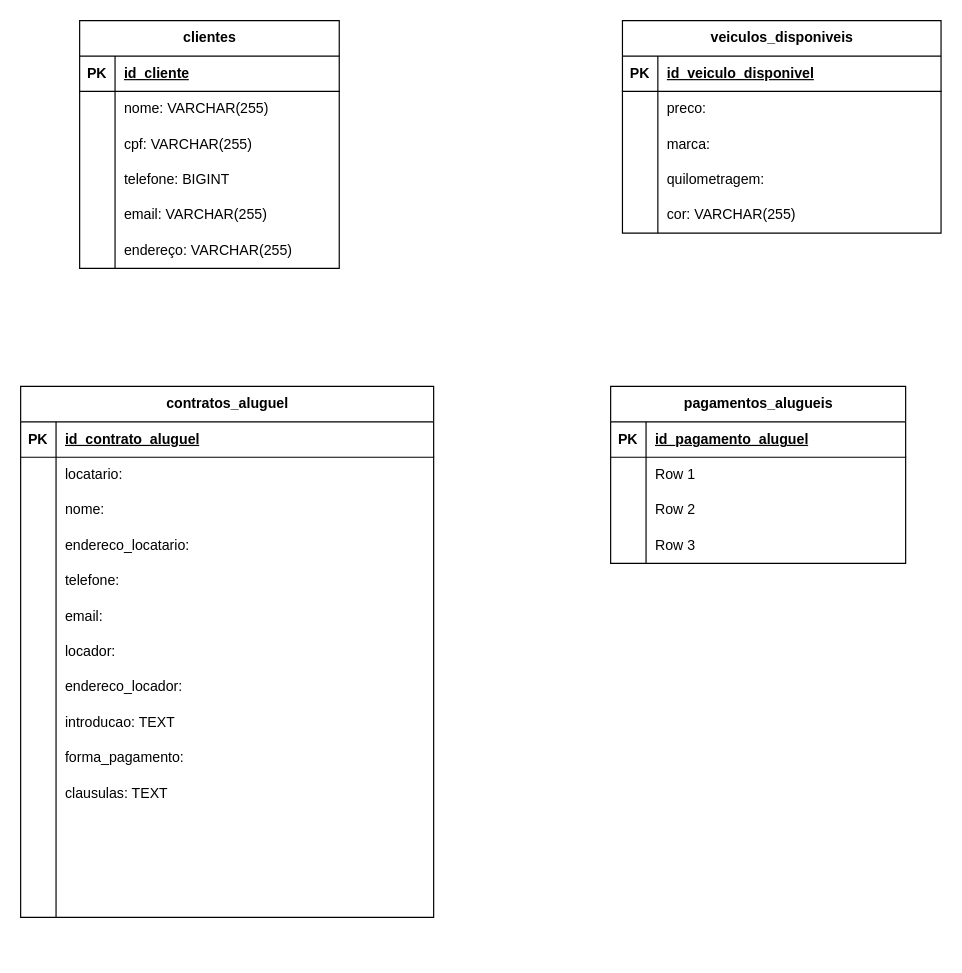
RenanSMA/3-Semestre keeps this draw.io diagram as Atividade Prática - Sistema de Locadora de Veículos.drawio. Above is the earlier version. Source tidied: cells renumbered, new cells numbered last; positions are measured from the earlier drawing's top-left corner, leaving out a move shared by most shapes. Both pictures are drawn from the tidied source at 118%, with x=0, y=0 at pixel (20, 20).
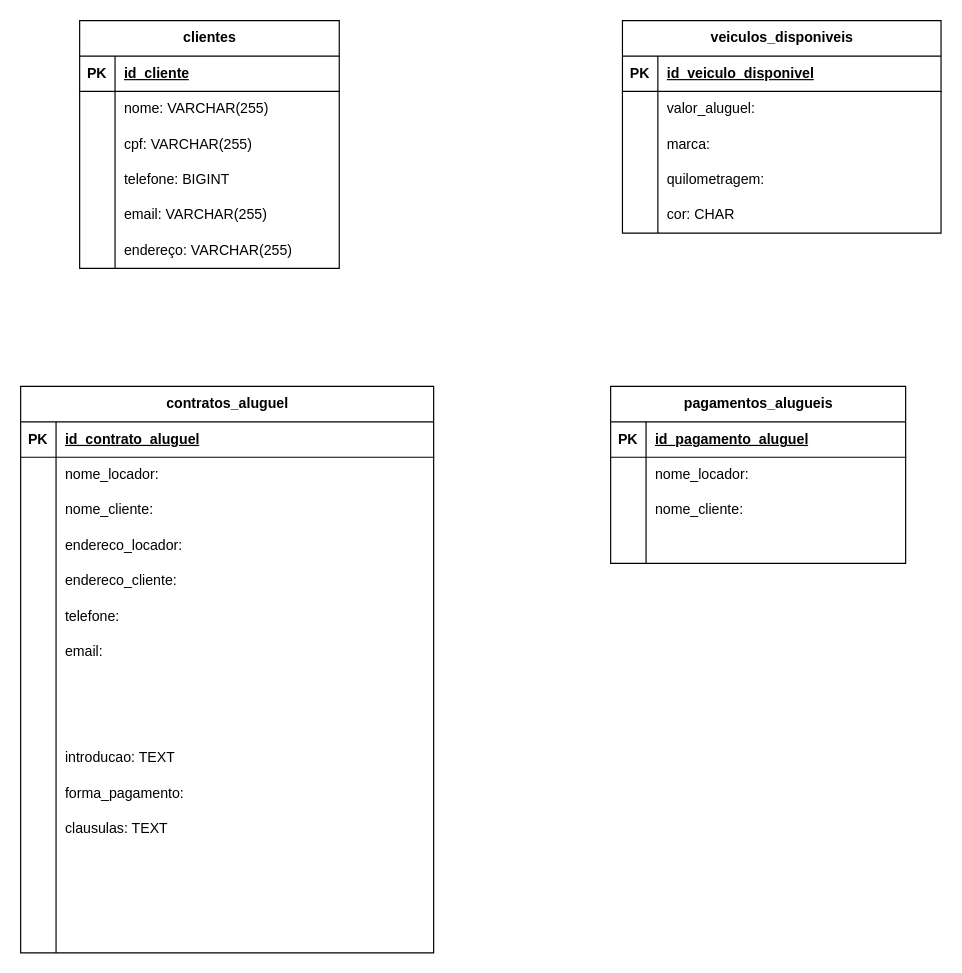
Above is the later version.

Unchanged cells that the change refers to:
```xml
<mxCell id="25" style="shape=tableRow;horizontal=0;startSize=0;swimlaneHead=0;swimlaneBody=0;fillColor=none;top=0;left=0;right=0;bottom=0;" parent="21" vertex="1">
  <mxGeometry y="60" width="270" height="30" as="geometry" />
</mxCell>
<mxCell id="34" style="shape=tableRow;horizontal=0;startSize=0;swimlaneHead=0;swimlaneBody=0;fillColor=none;top=0;left=0;right=0;bottom=0;" parent="21" vertex="1">
  <mxGeometry y="150" width="270" height="30" as="geometry" />
</mxCell>
<mxCell id="41" style="shape=tableRow;horizontal=0;startSize=0;swimlaneHead=0;swimlaneBody=0;fillColor=none;top=0;left=0;right=0;bottom=0;" parent="37" vertex="1">
  <mxGeometry y="60" width="350" height="30" as="geometry" />
</mxCell>
<mxCell id="44" style="shape=tableRow;horizontal=0;startSize=0;swimlaneHead=0;swimlaneBody=0;fillColor=none;top=0;left=0;right=0;bottom=0;" parent="37" vertex="1">
  <mxGeometry y="90" width="350" height="30" as="geometry" />
</mxCell>
<mxCell id="84" style="shape=tableRow;horizontal=0;startSize=0;swimlaneHead=0;swimlaneBody=0;fillColor=none;top=0;left=0;right=0;bottom=0;" parent="80" vertex="1">
  <mxGeometry y="60" width="250" height="30" as="geometry" />
</mxCell>
<mxCell id="87" style="shape=tableRow;horizontal=0;startSize=0;swimlaneHead=0;swimlaneBody=0;fillColor=none;top=0;left=0;right=0;bottom=0;" parent="80" vertex="1">
  <mxGeometry y="90" width="250" height="30" as="geometry" />
</mxCell>
<mxCell id="90" style="shape=tableRow;horizontal=0;startSize=0;swimlaneHead=0;swimlaneBody=0;fillColor=none;top=0;left=0;right=0;bottom=0;" parent="80" vertex="1">
  <mxGeometry y="120" width="250" height="30" as="geometry" />
</mxCell>
```

What changed in the source:
```diff
@@
-    <mxCell id="27" value="preco:" style="shape=partialRectangle;fillColor=none;top=0;left=0;bottom=0;right=0;align=left;spacingLeft=6;overflow=hidden;whiteSpace=wrap;html=1;" parent="25" vertex="1">
+    <mxCell id="27" value="valor_aluguel:" style="shape=partialRectangle;fillColor=none;top=0;left=0;bottom=0;right=0;align=left;spacingLeft=6;overflow=hidden;whiteSpace=wrap;html=1;" parent="25" vertex="1">
       <mxGeometry x="30" width="240" height="30" as="geometry" />
     </mxCell>
@@
-    <mxCell id="36" value="cor: VARCHAR(255) " style="shape=partialRectangle;fillColor=none;top=0;left=0;bottom=0;right=0;align=left;spacingLeft=6;overflow=hidden;whiteSpace=wrap;html=1;" parent="34" vertex="1">
+    <mxCell id="36" value="cor: CHAR " style="shape=partialRectangle;fillColor=none;top=0;left=0;bottom=0;right=0;align=left;spacingLeft=6;overflow=hidden;whiteSpace=wrap;html=1;" parent="34" vertex="1">
       <mxGeometry x="30" width="240" height="30" as="geometry" />
     </mxCell>
     <mxCell id="37" value="contratos_aluguel" style="shape=table;startSize=30;childLayout=tableLayout;rowLines=0;fontStyle=1;align=center;html=1;" parent="1" vertex="1">
-      <mxGeometry y="310" width="350" height="450" as="geometry" />
+      <mxGeometry y="310" width="350" height="480" as="geometry" />
     </mxCell>
@@
-    <mxCell id="43" value="locatario:" style="shape=partialRectangle;fillColor=none;top=0;left=0;bottom=0;right=0;align=left;spacingLeft=6;overflow=hidden;whiteSpace=wrap;html=1;" parent="41" vertex="1">
+    <mxCell id="43" value="nome_locador:" style="shape=partialRectangle;fillColor=none;top=0;left=0;bottom=0;right=0;align=left;spacingLeft=6;overflow=hidden;whiteSpace=wrap;html=1;" parent="41" vertex="1">
       <mxGeometry x="30" width="320" height="30" as="geometry" />
     </mxCell>
@@
-    <mxCell id="46" value="nome:" style="shape=partialRectangle;fillColor=none;top=0;left=0;bottom=0;right=0;align=left;spacingLeft=6;overflow=hidden;whiteSpace=wrap;html=1;" parent="44" vertex="1">
+    <mxCell id="46" value="nome_cliente:" style="shape=partialRectangle;fillColor=none;top=0;left=0;bottom=0;right=0;align=left;spacingLeft=6;overflow=hidden;whiteSpace=wrap;html=1;" parent="44" vertex="1">
       <mxGeometry x="30" width="320" height="30" as="geometry" />
     </mxCell>
+    <mxCell id="71" style="shape=tableRow;horizontal=0;startSize=0;swimlaneHead=0;swimlaneBody=0;fillColor=none;top=0;left=0;right=0;bottom=0;" parent="37" vertex="1">
+      <mxGeometry y="120" width="350" height="30" as="geometry" />
+    </mxCell>
+    <mxCell id="72" style="shape=partialRectangle;fillColor=none;top=0;left=0;bottom=0;right=0;overflow=hidden;whiteSpace=wrap;html=1;" parent="71" vertex="1">
+      <mxGeometry width="30" height="30" as="geometry" />
+    </mxCell>
+    <mxCell id="73" value="endereco_locador:" style="shape=partialRectangle;fillColor=none;top=0;left=0;bottom=0;right=0;align=left;spacingLeft=6;overflow=hidden;whiteSpace=wrap;html=1;" parent="71" vertex="1">
+      <mxGeometry x="30" width="320" height="30" as="geometry" />
+    </mxCell>
     <mxCell id="47" style="shape=tableRow;horizontal=0;startSize=0;swimlaneHead=0;swimlaneBody=0;fillColor=none;top=0;left=0;right=0;bottom=0;" parent="37" vertex="1">
-      <mxGeometry y="120" width="350" height="30" as="geometry" />
+      <mxGeometry y="150" width="350" height="30" as="geometry" />
     </mxCell>
@@
-    <mxCell id="49" value="endereco_locatario:" style="shape=partialRectangle;fillColor=none;top=0;left=0;bottom=0;right=0;align=left;spacingLeft=6;overflow=hidden;whiteSpace=wrap;html=1;" parent="47" vertex="1">
+    <mxCell id="49" value="endereco_cliente:" style="shape=partialRectangle;fillColor=none;top=0;left=0;bottom=0;right=0;align=left;spacingLeft=6;overflow=hidden;whiteSpace=wrap;html=1;" parent="47" vertex="1">
       <mxGeometry x="30" width="320" height="30" as="geometry" />
     </mxCell>
     <mxCell id="50" style="shape=tableRow;horizontal=0;startSize=0;swimlaneHead=0;swimlaneBody=0;fillColor=none;top=0;left=0;right=0;bottom=0;" parent="37" vertex="1">
-      <mxGeometry y="150" width="350" height="30" as="geometry" />
+      <mxGeometry y="180" width="350" height="30" as="geometry" />
     </mxCell>
@@
     <mxCell id="53" style="shape=tableRow;horizontal=0;startSize=0;swimlaneHead=0;swimlaneBody=0;fillColor=none;top=0;left=0;right=0;bottom=0;" parent="37" vertex="1">
-      <mxGeometry y="180" width="350" height="30" as="geometry" />
+      <mxGeometry y="210" width="350" height="30" as="geometry" />
     </mxCell>
@@
     <mxCell id="56" style="shape=tableRow;horizontal=0;startSize=0;swimlaneHead=0;swimlaneBody=0;fillColor=none;top=0;left=0;right=0;bottom=0;" parent="37" vertex="1">
-      <mxGeometry y="210" width="350" height="30" as="geometry" />
+      <mxGeometry y="240" width="350" height="30" as="geometry" />
     </mxCell>
@@
-    <mxCell id="58" value="locador:" style="shape=partialRectangle;fillColor=none;top=0;left=0;bottom=0;right=0;align=left;spacingLeft=6;overflow=hidden;whiteSpace=wrap;html=1;" parent="56" vertex="1">
+    <mxCell id="58" style="shape=partialRectangle;fillColor=none;top=0;left=0;bottom=0;right=0;align=left;spacingLeft=6;overflow=hidden;whiteSpace=wrap;html=1;" parent="56" vertex="1">
       <mxGeometry x="30" width="320" height="30" as="geometry" />
     </mxCell>
     <mxCell id="59" style="shape=tableRow;horizontal=0;startSize=0;swimlaneHead=0;swimlaneBody=0;fillColor=none;top=0;left=0;right=0;bottom=0;" parent="37" vertex="1">
-      <mxGeometry y="240" width="350" height="30" as="geometry" />
+      <mxGeometry y="270" width="350" height="30" as="geometry" />
     </mxCell>
@@
-    <mxCell id="61" value="endereco_locador:" style="shape=partialRectangle;fillColor=none;top=0;left=0;bottom=0;right=0;align=left;spacingLeft=6;overflow=hidden;whiteSpace=wrap;html=1;" parent="59" vertex="1">
+    <mxCell id="61" style="shape=partialRectangle;fillColor=none;top=0;left=0;bottom=0;right=0;align=left;spacingLeft=6;overflow=hidden;whiteSpace=wrap;html=1;" parent="59" vertex="1">
       <mxGeometry x="30" width="320" height="30" as="geometry" />
     </mxCell>
     <mxCell id="62" style="shape=tableRow;horizontal=0;startSize=0;swimlaneHead=0;swimlaneBody=0;fillColor=none;top=0;left=0;right=0;bottom=0;" parent="37" vertex="1">
-      <mxGeometry y="270" width="350" height="30" as="geometry" />
+      <mxGeometry y="300" width="350" height="30" as="geometry" />
     </mxCell>
@@
     <mxCell id="65" style="shape=tableRow;horizontal=0;startSize=0;swimlaneHead=0;swimlaneBody=0;fillColor=none;top=0;left=0;right=0;bottom=0;" parent="37" vertex="1">
-      <mxGeometry y="300" width="350" height="30" as="geometry" />
+      <mxGeometry y="330" width="350" height="30" as="geometry" />
     </mxCell>
@@
     <mxCell id="68" style="shape=tableRow;horizontal=0;startSize=0;swimlaneHead=0;swimlaneBody=0;fillColor=none;top=0;left=0;right=0;bottom=0;" parent="37" vertex="1">
-      <mxGeometry y="330" width="350" height="30" as="geometry" />
+      <mxGeometry y="360" width="350" height="30" as="geometry" />
     </mxCell>
@@
-    <mxCell id="71" style="shape=tableRow;horizontal=0;startSize=0;swimlaneHead=0;swimlaneBody=0;fillColor=none;top=0;left=0;right=0;bottom=0;" parent="37" vertex="1">
-      <mxGeometry y="360" width="350" height="30" as="geometry" />
-    </mxCell>
-    <mxCell id="72" style="shape=partialRectangle;fillColor=none;top=0;left=0;bottom=0;right=0;overflow=hidden;whiteSpace=wrap;html=1;" parent="71" vertex="1">
-      <mxGeometry width="30" height="30" as="geometry" />
-    </mxCell>
-    <mxCell id="73" style="shape=partialRectangle;fillColor=none;top=0;left=0;bottom=0;right=0;align=left;spacingLeft=6;overflow=hidden;whiteSpace=wrap;html=1;" parent="71" vertex="1">
-      <mxGeometry x="30" width="320" height="30" as="geometry" />
-    </mxCell>
@@
+    <mxCell id="93" style="shape=tableRow;horizontal=0;startSize=0;swimlaneHead=0;swimlaneBody=0;fillColor=none;top=0;left=0;right=0;bottom=0;" parent="37" vertex="1">
+      <mxGeometry y="450" width="350" height="30" as="geometry" />
+    </mxCell>
+    <mxCell id="94" style="shape=partialRectangle;fillColor=none;top=0;left=0;bottom=0;right=0;overflow=hidden;whiteSpace=wrap;html=1;" parent="93" vertex="1">
+      <mxGeometry width="30" height="30" as="geometry" />
+    </mxCell>
+    <mxCell id="95" style="shape=partialRectangle;fillColor=none;top=0;left=0;bottom=0;right=0;align=left;spacingLeft=6;overflow=hidden;whiteSpace=wrap;html=1;" parent="93" vertex="1">
+      <mxGeometry x="30" width="320" height="30" as="geometry" />
+    </mxCell>
@@
-    <mxCell id="86" value="Row 1" style="shape=partialRectangle;fillColor=none;top=0;left=0;bottom=0;right=0;align=left;spacingLeft=6;overflow=hidden;whiteSpace=wrap;html=1;" parent="84" vertex="1">
+    <mxCell id="86" value="nome_locador:" style="shape=partialRectangle;fillColor=none;top=0;left=0;bottom=0;right=0;align=left;spacingLeft=6;overflow=hidden;whiteSpace=wrap;html=1;" parent="84" vertex="1">
       <mxGeometry x="30" width="220" height="30" as="geometry" />
     </mxCell>
@@
-    <mxCell id="89" value="Row 2" style="shape=partialRectangle;fillColor=none;top=0;left=0;bottom=0;right=0;align=left;spacingLeft=6;overflow=hidden;whiteSpace=wrap;html=1;" parent="87" vertex="1">
+    <mxCell id="89" value="nome_cliente:" style="shape=partialRectangle;fillColor=none;top=0;left=0;bottom=0;right=0;align=left;spacingLeft=6;overflow=hidden;whiteSpace=wrap;html=1;" parent="87" vertex="1">
       <mxGeometry x="30" width="220" height="30" as="geometry" />
     </mxCell>
@@
-    <mxCell id="92" value="Row 3" style="shape=partialRectangle;fillColor=none;top=0;left=0;bottom=0;right=0;align=left;spacingLeft=6;overflow=hidden;whiteSpace=wrap;html=1;" parent="90" vertex="1">
+    <mxCell id="92" style="shape=partialRectangle;fillColor=none;top=0;left=0;bottom=0;right=0;align=left;spacingLeft=6;overflow=hidden;whiteSpace=wrap;html=1;" parent="90" vertex="1">
       <mxGeometry x="30" width="220" height="30" as="geometry" />
     </mxCell>
```
